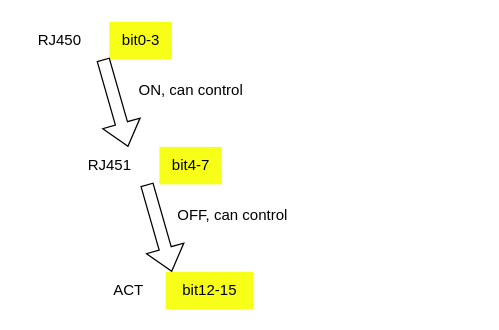
Earlier version of the draw.io diagram Allagash MGMT Led test.drawio (kongzhongfeima/draw_io). Source tidied: cells renumbered, new cells numbered last; positions are measured from the earlier drawing's top-left corner, leaving out a move shared by most shapes. Both pictures are drawn from the tidied source at 125%, with x=0, y=0 at pixel (21, 21).
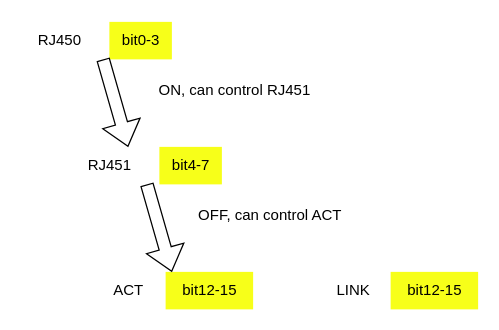
The same page after the edit.

Diff of the diagram source:
```diff
@@
 <mxGraphModel>
   <root>
     <mxCell id="0" />
     <mxCell id="1" parent="0" />
     <mxCell id="2" value="RJ451" style="text;html=1;align=center;verticalAlign=middle;strokeColor=none;fillColor=none;" parent="1" vertex="1">
       <mxGeometry x="40" y="100" width="60" height="30" as="geometry" />
     </mxCell>
     <mxCell id="3" value="RJ450" style="text;html=1;align=center;verticalAlign=middle;strokeColor=none;fillColor=none;" parent="1" vertex="1">
       <mxGeometry width="60" height="30" as="geometry" />
     </mxCell>
     <mxCell id="4" value="ACT" style="text;html=1;align=center;verticalAlign=middle;strokeColor=none;fillColor=none;" parent="1" vertex="1">
       <mxGeometry x="60" y="200" width="50" height="30" as="geometry" />
     </mxCell>
     <mxCell id="5" value="bit12-15" style="text;html=1;align=center;verticalAlign=middle;strokeColor=none;fillColor=#F7FF19;" parent="1" vertex="1">
       <mxGeometry x="115" y="200" width="70" height="30" as="geometry" />
     </mxCell>
     <mxCell id="6" value="bit4-7" style="text;html=1;align=center;verticalAlign=middle;strokeColor=none;fillColor=#F7FF19;" parent="1" vertex="1">
       <mxGeometry x="110" y="100" width="50" height="30" as="geometry" />
     </mxCell>
     <mxCell id="7" value="bit0-3" style="text;html=1;align=center;verticalAlign=middle;strokeColor=none;fillColor=#F7FF19;" parent="1" vertex="1">
       <mxGeometry x="70" width="50" height="30" as="geometry" />
     </mxCell>
     <mxCell id="8" style="shape=flexArrow;endArrow=classic;html=1;rounded=0;" parent="1" edge="1">
       <mxGeometry relative="1" as="geometry">
         <mxPoint x="65" y="30" as="sourcePoint" />
         <mxPoint x="85" y="100" as="targetPoint" />
       </mxGeometry>
     </mxCell>
-    <mxCell id="9" value="ON, can control" style="text;html=1;align=center;verticalAlign=middle;strokeColor=none;fillColor=none;" parent="1" vertex="1">
-      <mxGeometry x="80" y="40" width="110" height="30" as="geometry" />
+    <mxCell id="9" value="ON, can control RJ451" style="text;html=1;align=center;verticalAlign=middle;strokeColor=none;fillColor=none;" parent="1" vertex="1">
+      <mxGeometry x="100" y="40" width="140" height="30" as="geometry" />
     </mxCell>
-    <mxCell id="10" value="OFF, can control&amp;nbsp;" style="text;html=1;align=center;verticalAlign=middle;strokeColor=none;fillColor=none;" parent="1" vertex="1">
-      <mxGeometry x="115" y="140" width="110" height="30" as="geometry" />
+    <mxCell id="10" value="OFF, can control ACT&amp;nbsp;" style="text;html=1;align=center;verticalAlign=middle;strokeColor=none;fillColor=none;" parent="1" vertex="1">
+      <mxGeometry x="130" y="140" width="140" height="30" as="geometry" />
     </mxCell>
     <mxCell id="11" style="shape=flexArrow;endArrow=classic;html=1;rounded=0;" parent="1" edge="1">
       <mxGeometry relative="1" as="geometry">
         <mxPoint x="100" y="130" as="sourcePoint" />
         <mxPoint x="120" y="200" as="targetPoint" />
       </mxGeometry>
     </mxCell>
+    <mxCell id="12" value="LINK" style="text;html=1;align=center;verticalAlign=middle;strokeColor=none;fillColor=none;" parent="1" vertex="1">
+      <mxGeometry x="240" y="200" width="50" height="30" as="geometry" />
+    </mxCell>
+    <mxCell id="13" value="bit12-15" style="text;html=1;align=center;verticalAlign=middle;strokeColor=none;fillColor=#F7FF19;" parent="1" vertex="1">
+      <mxGeometry x="295" y="200" width="70" height="30" as="geometry" />
+    </mxCell>
   </root>
 </mxGraphModel>
```
